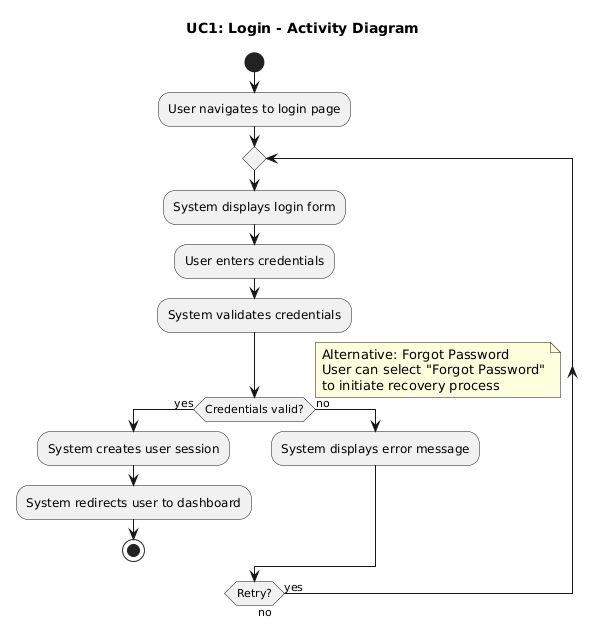
Before: requirements/activity_diagrams/UC1_Login.png, a diagram exported from PlantUML (ManosMorf97/Weather-Forecasts-AI-Remastered). Its diagram source:
```plantuml
@startuml
title UC1: Login - Activity Diagram

start
:User navigates to login page;
repeat
  :System displays login form;
  :User enters credentials;
  :System validates credentials;
  if (Credentials valid?) then (yes)
    :System creates user session;
    :System redirects user to dashboard;
    stop
  else (no)
    :System displays error message;
  endif
repeat while (Retry?) is (yes) not (no)

note right
  Alternative: Forgot Password
  User can select "Forgot Password"
  to initiate recovery process
end note
@enduml
```
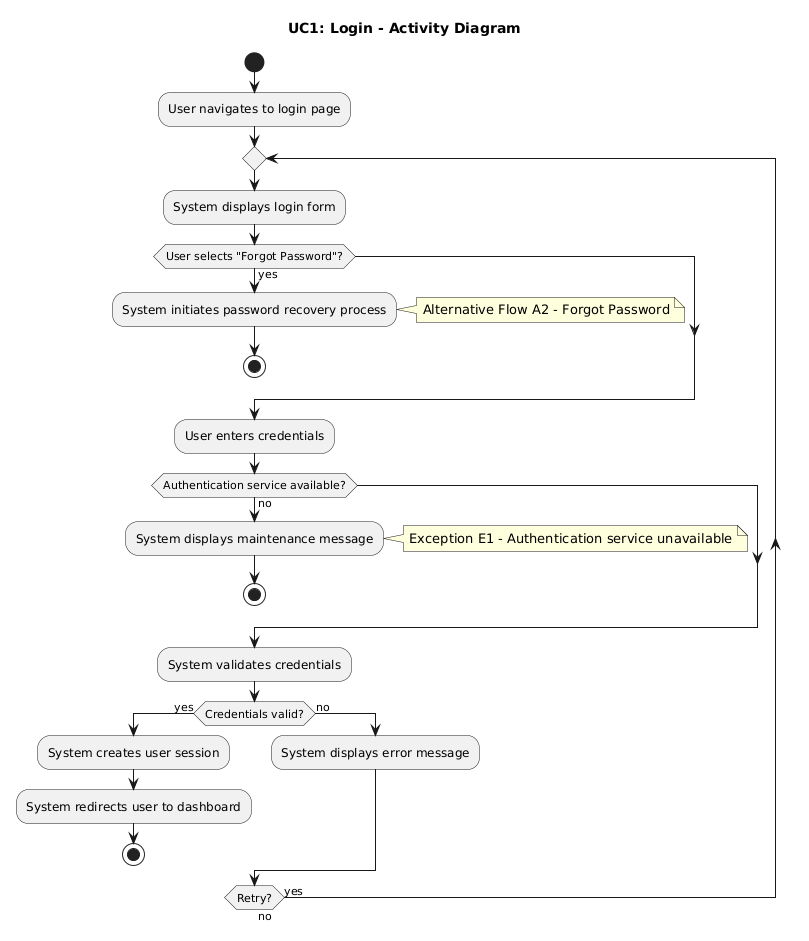
The same diagram one commit later.

The edit, as a diff of the source:
```diff
@@ -5,7 +5,21 @@
 :User navigates to login page;
 repeat
   :System displays login form;
+
+  if (User selects "Forgot Password"?) then (yes)
+    :System initiates password recovery process;
+    note right: Alternative Flow A2 - Forgot Password
+    stop
+  endif
+
   :User enters credentials;
+
+  if (Authentication service available?) then (no)
+    :System displays maintenance message;
+    note right: Exception E1 - Authentication service unavailable
+    stop
+  endif
+
   :System validates credentials;
   if (Credentials valid?) then (yes)
     :System creates user session;
@@ -15,10 +29,4 @@
     :System displays error message;
   endif
 repeat while (Retry?) is (yes) not (no)
-
-note right
-  Alternative: Forgot Password
-  User can select "Forgot Password"
-  to initiate recovery process
-end note
 @enduml
```
